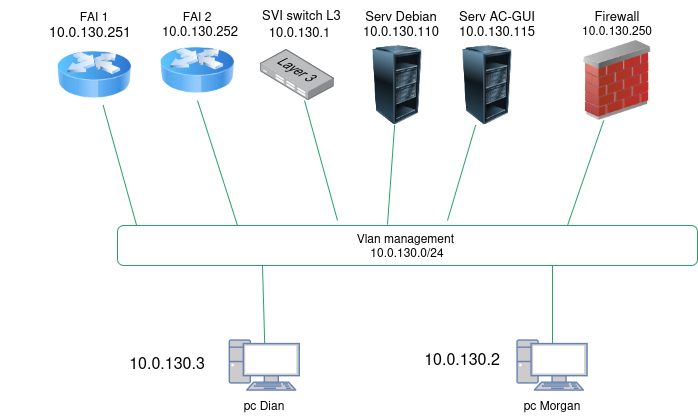
The draw.io diagram docs/annexes/schéma_mana2.drawio.png in Dian3410/Documentation-SporLudique-Tours, before a commit. Source tidied: cells renumbered, new cells last; positions are measured from the earlier drawing's top-left corner, leaving out a move shared by most shapes.
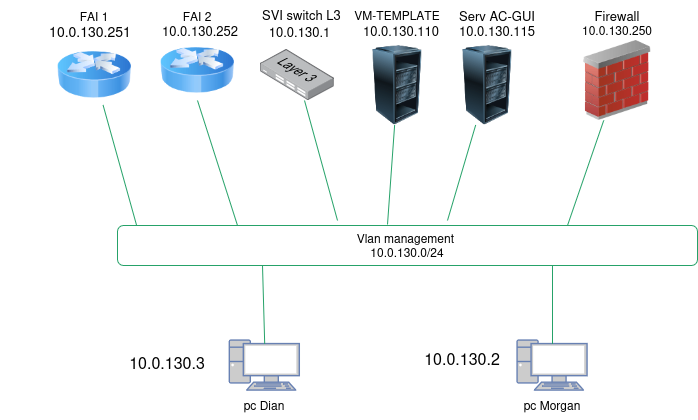
After the change.

Change to the diagram source:
```diff
@@ -77,8 +77,8 @@
         <mxPoint x="387" y="224" as="sourcePoint" />
       </mxGeometry>
     </mxCell>
-    <mxCell id="25" value="&lt;font style=&quot;font-size: 13px;&quot;&gt;Serv Debian&lt;/font&gt;" style="text;html=1;whiteSpace=wrap;strokeColor=none;fillColor=none;align=center;verticalAlign=middle;rounded=0;" parent="1" vertex="1">
-      <mxGeometry x="361" width="80" height="30" as="geometry" />
+    <mxCell id="25" value="VM-TEMPLATE" style="text;html=1;whiteSpace=wrap;strokeColor=none;fillColor=none;align=center;verticalAlign=middle;rounded=0;" parent="1" vertex="1">
+      <mxGeometry x="347" width="100" height="30" as="geometry" />
     </mxCell>
     <mxCell id="26" value="&lt;font style=&quot;font-size: 13px;&quot;&gt;10.0.130.110&lt;/font&gt;" style="text;whiteSpace=wrap;html=1;" parent="1" vertex="1">
       <mxGeometry x="361" y="16" width="100" height="40" as="geometry" />
```
